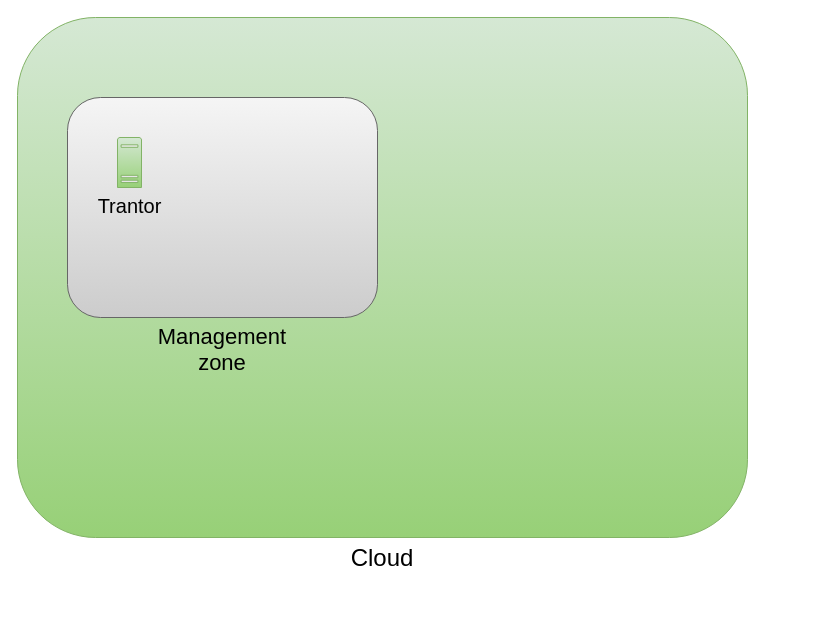
This is Diagrama sin título.drawio from OscHer/treboform, a draw.io file, before an edit. Source tidied: cells renumbered, new cells numbered last; positions are measured from the earlier drawing's top-left corner, leaving out a move shared by most shapes. Both pictures are drawn from the tidied source at 100%, with x=0, y=0 at pixel (17, 17).
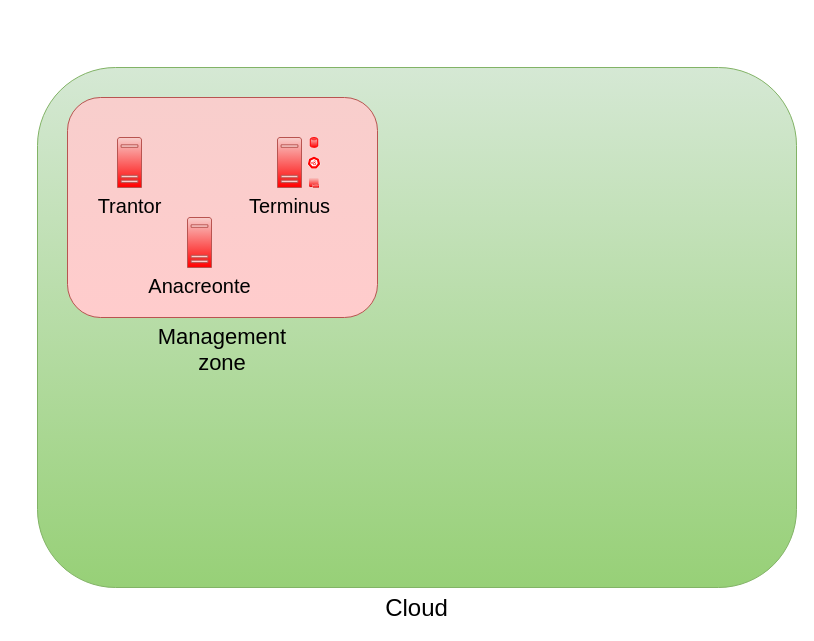
After the change.

Change to the diagram source:
```diff
@@
 <mxGraphModel>
   <root>
     <mxCell id="0" />
     <mxCell id="1" parent="0" />
+    <mxCell id="5" parent="0" />
-    <mxCell id="2" value="&lt;div style=&quot;font-size: 24px;&quot; align=&quot;left&quot;&gt;&lt;font style=&quot;font-size: 24px;&quot;&gt;Cloud&lt;br&gt;&lt;/font&gt;&lt;/div&gt;" style="rounded=1;whiteSpace=wrap;html=1;fillColor=#d5e8d4;strokeColor=#82b366;gradientColor=#97d077;verticalAlign=top;labelPosition=center;verticalLabelPosition=bottom;align=center;" parent="1" vertex="1">
-      <mxGeometry width="730" height="520" as="geometry" />
+    <mxCell id="2" value="&lt;div style=&quot;font-size: 24px;&quot; align=&quot;left&quot;&gt;&lt;font style=&quot;font-size: 24px;&quot;&gt;Cloud&lt;br&gt;&lt;/font&gt;&lt;/div&gt;" style="rounded=1;whiteSpace=wrap;html=1;fillColor=#d5e8d4;strokeColor=#82b366;gradientColor=#97d077;verticalAlign=top;labelPosition=center;verticalLabelPosition=bottom;align=center;" parent="5" vertex="1">
+      <mxGeometry x="20" y="50" width="759" height="520" as="geometry" />
     </mxCell>
+    <mxCell id="6" parent="0" />
-    <mxCell id="3" value="&lt;div style=&quot;font-size: 22px;&quot;&gt;&lt;font style=&quot;font-size: 22px;&quot;&gt;Management&lt;/font&gt;&lt;/div&gt;&lt;div style=&quot;font-size: 22px;&quot;&gt;&lt;font style=&quot;font-size: 22px;&quot;&gt;&lt;font style=&quot;font-size: 22px;&quot;&gt;zone&lt;/font&gt;&lt;br&gt;&lt;/font&gt;&lt;/div&gt;" style="rounded=1;whiteSpace=wrap;html=1;fontSize=20;labelPosition=center;verticalLabelPosition=bottom;align=center;verticalAlign=top;fillColor=#f5f5f5;gradientColor=#CCCCCC;strokeColor=#666666;" parent="1" vertex="1">
+    <mxCell id="3" value="&lt;div style=&quot;font-size: 22px;&quot;&gt;&lt;font style=&quot;font-size: 22px;&quot;&gt;Management&lt;/font&gt;&lt;/div&gt;&lt;div style=&quot;font-size: 22px;&quot;&gt;&lt;font style=&quot;font-size: 22px;&quot;&gt;&lt;font style=&quot;font-size: 22px;&quot;&gt;zone&lt;/font&gt;&lt;br&gt;&lt;/font&gt;&lt;/div&gt;" style="rounded=1;whiteSpace=wrap;html=1;fontSize=20;labelPosition=center;verticalLabelPosition=bottom;align=center;verticalAlign=top;fillColor=#f8cecc;gradientColor=#FFCCCC;strokeColor=#b85450;" parent="6" vertex="1">
       <mxGeometry x="50" y="80" width="310" height="220" as="geometry" />
     </mxCell>
-    <mxCell id="4" value="Trantor" style="sketch=0;shadow=0;dashed=0;html=1;strokeColor=#82b366;labelPosition=center;verticalLabelPosition=bottom;verticalAlign=top;align=center;fillColor=#d5e8d4;shape=mxgraph.mscae.enterprise.server_generic;gradientColor=#97d077;fontSize=20;" parent="1" vertex="1">
+    <mxCell id="4" value="Trantor" style="sketch=0;shadow=0;dashed=0;html=1;strokeColor=#b85450;labelPosition=center;verticalLabelPosition=bottom;verticalAlign=top;align=center;fillColor=#f8cecc;shape=mxgraph.mscae.enterprise.server_generic;gradientColor=#FF0000;fontSize=20;" parent="6" vertex="1">
       <mxGeometry x="100" y="120" width="24" height="50" as="geometry" />
     </mxCell>
+    <mxCell id="7" value="Terminus" style="sketch=0;shadow=0;dashed=0;html=1;strokeColor=#b85450;labelPosition=center;verticalLabelPosition=bottom;verticalAlign=top;align=center;fillColor=#f8cecc;shape=mxgraph.mscae.enterprise.server_generic;fontFamily=Helvetica;fontSize=20;gradientColor=#FF0000;" parent="6" vertex="1">
+      <mxGeometry x="260" y="120" width="24" height="50" as="geometry" />
+    </mxCell>
+    <mxCell id="8" style="group;" parent="6" vertex="1">
+      <mxGeometry x="290" y="120" width="13" height="50" as="geometry" />
+    </mxCell>
+    <mxCell id="9" style="sketch=0;shadow=0;dashed=0;html=1;strokeColor=#FF0000;labelPosition=center;verticalLabelPosition=bottom;verticalAlign=top;align=center;fillColor=#f8cecc;shape=mxgraph.mscae.enterprise.database_generic;fontFamily=Helvetica;fontSize=12;gradientColor=#FF0000;" parent="8" vertex="1">
+      <mxGeometry x="2.8" width="7.4" height="10" as="geometry" />
+    </mxCell>
+    <mxCell id="10" style="dashed=0;verticalLabelPosition=bottom;verticalAlign=top;align=center;html=1;shape=mxgraph.aws3.http_protocol;fillColor=#f8cecc;gradientColor=#FF0000;shadow=0;sketch=0;strokeColor=#FF0000;fontFamily=Helvetica;fontSize=12;" parent="8" vertex="1">
+      <mxGeometry x="1.5" y="40" width="10" height="10" as="geometry" />
+    </mxCell>
+    <mxCell id="11" style="sketch=0;html=1;dashed=0;whitespace=wrap;verticalLabelPosition=bottom;verticalAlign=top;fillColor=#FF0000;strokeColor=#ffffff;shape=mxgraph.kubernetes.icon2;prIcon=api;shadow=0;align=center;fontFamily=Helvetica;fontSize=12;fontColor=default;" parent="8" vertex="1">
+      <mxGeometry y="18.8" width="13" height="12.5" as="geometry" />
+    </mxCell>
+    <mxCell id="12" value="Anacreonte" style="sketch=0;shadow=0;dashed=0;html=1;strokeColor=#b85450;labelPosition=center;verticalLabelPosition=bottom;verticalAlign=top;align=center;fillColor=#f8cecc;shape=mxgraph.mscae.enterprise.server_generic;gradientColor=#FF0000;fontSize=20;" parent="6" vertex="1">
+      <mxGeometry x="170" y="200" width="24" height="50" as="geometry" />
+    </mxCell>
   </root>
 </mxGraphModel>
```
